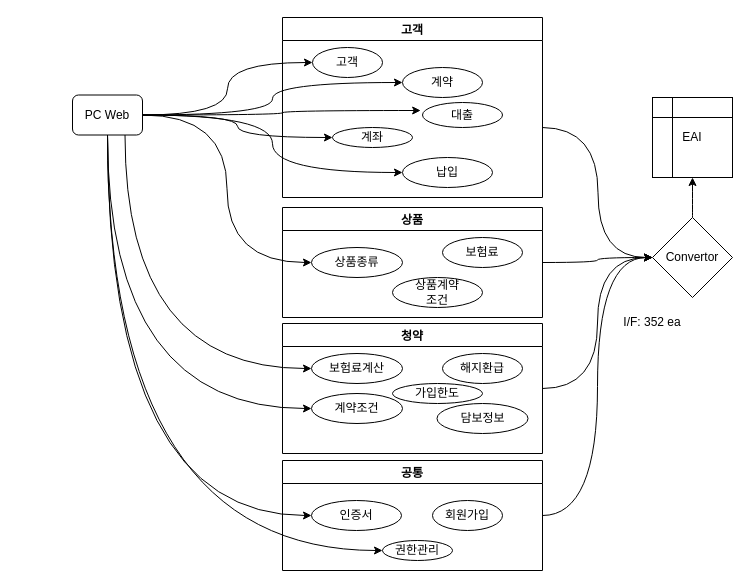
The draw.io diagram page "AS-IS 기준 도메인분류" (5 of 5) of LINA_AA.drawio in DEV-FRAMEWORK/SW-MODEL, before the edit. Source tidied: cells renumbered, new cells numbered last; positions are measured from the earlier drawing's top-left corner, leaving out a move shared by most shapes. Both pictures are drawn from the tidied source at 100%, with x=0, y=0 at pixel (72, 17).
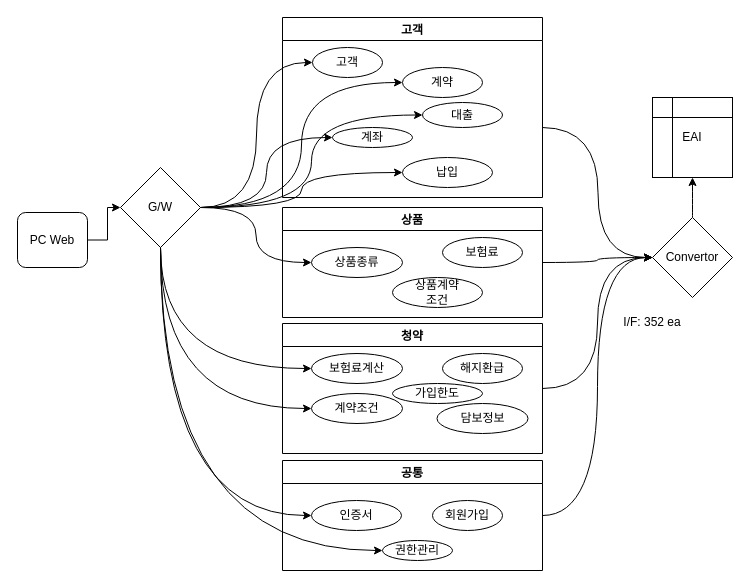
The same page after the edit.

Unchanged cells that the change refers to:
```xml
<mxCell id="11" value="계좌" style="ellipse;whiteSpace=wrap;html=1;" parent="10" vertex="1">
  <mxGeometry x="50" y="110" width="80" height="20" as="geometry" />
</mxCell>
<mxCell id="12" value="계약" style="ellipse;whiteSpace=wrap;html=1;" parent="10" vertex="1">
  <mxGeometry x="120" y="50" width="80" height="30" as="geometry" />
</mxCell>
<mxCell id="13" value="고객" style="ellipse;whiteSpace=wrap;html=1;" parent="10" vertex="1">
  <mxGeometry x="30" y="30" width="70" height="30" as="geometry" />
</mxCell>
<mxCell id="14" value="대출" style="ellipse;whiteSpace=wrap;html=1;" parent="10" vertex="1">
  <mxGeometry x="140" y="85" width="80" height="25" as="geometry" />
</mxCell>
<mxCell id="15" value="납입" style="ellipse;whiteSpace=wrap;html=1;" parent="10" vertex="1">
  <mxGeometry x="120" y="140" width="90" height="30" as="geometry" />
</mxCell>
<mxCell id="21" value="상품종류" style="ellipse;whiteSpace=wrap;html=1;" parent="19" vertex="1">
  <mxGeometry x="29" y="40" width="91" height="30" as="geometry" />
</mxCell>
<mxCell id="26" value="인증서" style="ellipse;whiteSpace=wrap;html=1;" parent="24" vertex="1">
  <mxGeometry x="29" y="40" width="90" height="30" as="geometry" />
</mxCell>
<mxCell id="27" value="권한관리" style="ellipse;whiteSpace=wrap;html=1;" parent="24" vertex="1">
  <mxGeometry x="100" y="80" width="70" height="20" as="geometry" />
</mxCell>
<mxCell id="35" value="보험료계산" style="ellipse;whiteSpace=wrap;html=1;" parent="33" vertex="1">
  <mxGeometry x="29" y="30" width="91" height="30" as="geometry" />
</mxCell>
<mxCell id="37" value="계약조건" style="ellipse;whiteSpace=wrap;html=1;" parent="33" vertex="1">
  <mxGeometry x="29" y="70" width="91" height="30" as="geometry" />
</mxCell>
```

What changed in the source:
```diff
@@
-    <mxCell id="2" style="edgeStyle=orthogonalEdgeStyle;rounded=0;jettySize=auto;html=1;entryX=0;entryY=0.5;entryDx=0;entryDy=0;curved=1;" parent="1" edge="1" source="9" target="13">
+    <mxCell id="2" style="edgeStyle=orthogonalEdgeStyle;rounded=0;jettySize=auto;html=1;entryX=0;entryY=0.5;entryDx=0;entryDy=0;curved=1;" parent="1" edge="1" source="42" target="13">
       <mxGeometry relative="1" as="geometry" />
     </mxCell>
-    <mxCell id="3" style="edgeStyle=orthogonalEdgeStyle;curved=1;rounded=0;jettySize=auto;html=1;entryX=0;entryY=0.5;entryDx=0;entryDy=0;exitX=0.5;exitY=1;exitDx=0;exitDy=0;" parent="1" edge="1" source="9" target="26">
+    <mxCell id="3" style="edgeStyle=orthogonalEdgeStyle;curved=1;rounded=0;jettySize=auto;html=1;entryX=0;entryY=0.5;entryDx=0;entryDy=0;exitX=0.5;exitY=1;exitDx=0;exitDy=0;" parent="1" edge="1" source="42" target="26">
       <mxGeometry relative="1" as="geometry" />
     </mxCell>
-    <mxCell id="4" style="edgeStyle=orthogonalEdgeStyle;curved=1;rounded=0;jettySize=auto;html=1;entryX=0;entryY=0.5;entryDx=0;entryDy=0;" parent="1" edge="1" source="9" target="21">
+    <mxCell id="4" style="edgeStyle=orthogonalEdgeStyle;curved=1;rounded=0;jettySize=auto;html=1;entryX=0;entryY=0.5;entryDx=0;entryDy=0;" parent="1" edge="1" source="42" target="21">
       <mxGeometry relative="1" as="geometry" />
     </mxCell>
-    <mxCell id="5" style="edgeStyle=orthogonalEdgeStyle;curved=1;rounded=0;jettySize=auto;html=1;entryX=-0.023;entryY=0.32;entryDx=0;entryDy=0;entryPerimeter=0;" parent="1" edge="1" source="9" target="14">
+    <mxCell id="5" style="edgeStyle=orthogonalEdgeStyle;curved=1;rounded=0;jettySize=auto;html=1;entryX=0;entryY=0.5;entryDx=0;entryDy=0;" parent="1" edge="1" source="42" target="14">
       <mxGeometry relative="1" as="geometry" />
     </mxCell>
-    <mxCell id="6" style="edgeStyle=orthogonalEdgeStyle;curved=1;rounded=0;jettySize=auto;html=1;entryX=0;entryY=0.5;entryDx=0;entryDy=0;" parent="1" edge="1" source="9" target="15">
+    <mxCell id="6" style="edgeStyle=orthogonalEdgeStyle;curved=1;rounded=0;jettySize=auto;html=1;entryX=0;entryY=0.5;entryDx=0;entryDy=0;exitX=1;exitY=0.5;exitDx=0;exitDy=0;" parent="1" edge="1" source="42" target="15">
       <mxGeometry relative="1" as="geometry" />
     </mxCell>
-    <mxCell id="7" style="edgeStyle=orthogonalEdgeStyle;curved=1;rounded=0;jettySize=auto;html=1;entryX=0;entryY=0.5;entryDx=0;entryDy=0;exitX=0.5;exitY=1;exitDx=0;exitDy=0;" parent="1" edge="1" source="9" target="27">
+    <mxCell id="7" style="edgeStyle=orthogonalEdgeStyle;curved=1;rounded=0;jettySize=auto;html=1;entryX=0;entryY=0.5;entryDx=0;entryDy=0;exitX=0.5;exitY=1;exitDx=0;exitDy=0;" parent="1" edge="1" source="42" target="27">
       <mxGeometry relative="1" as="geometry" />
     </mxCell>
-    <mxCell id="8" style="edgeStyle=orthogonalEdgeStyle;curved=1;rounded=0;jettySize=auto;html=1;entryX=0;entryY=0.5;entryDx=0;entryDy=0;exitX=0.5;exitY=1;exitDx=0;exitDy=0;" parent="1" edge="1" source="9" target="37">
+    <mxCell id="8" style="edgeStyle=orthogonalEdgeStyle;curved=1;rounded=0;jettySize=auto;html=1;entryX=0;entryY=0.5;entryDx=0;entryDy=0;exitX=0.5;exitY=1;exitDx=0;exitDy=0;" parent="1" edge="1" source="42" target="37">
       <mxGeometry relative="1" as="geometry" />
     </mxCell>
+    <mxCell id="41" style="edgeStyle=orthogonalEdgeStyle;rounded=0;jettySize=auto;html=1;entryX=0;entryY=0.5;entryDx=0;entryDy=0;" parent="1" edge="1" source="9" target="42">
+      <mxGeometry relative="1" as="geometry" />
+    </mxCell>
     <mxCell id="9" value="PC Web" style="rounded=1;whiteSpace=wrap;html=1;" parent="1" vertex="1">
-      <mxGeometry y="77.5" width="70" height="40" as="geometry" />
+      <mxGeometry x="-55" y="195" width="70" height="55" as="geometry" />
     </mxCell>
@@
-    <mxCell id="16" style="edgeStyle=orthogonalEdgeStyle;rounded=0;jettySize=auto;html=1;entryX=0;entryY=0.5;entryDx=0;entryDy=0;curved=1;" parent="1" edge="1" source="9" target="11">
+    <mxCell id="16" style="edgeStyle=orthogonalEdgeStyle;rounded=0;jettySize=auto;html=1;entryX=0;entryY=0.5;entryDx=0;entryDy=0;curved=1;exitX=1;exitY=0.5;exitDx=0;exitDy=0;" parent="1" edge="1" source="42" target="11">
       <mxGeometry relative="1" as="geometry" />
     </mxCell>
-    <mxCell id="17" style="edgeStyle=orthogonalEdgeStyle;rounded=0;jettySize=auto;html=1;entryX=0;entryY=0.5;entryDx=0;entryDy=0;curved=1;exitX=1;exitY=0.5;exitDx=0;exitDy=0;" parent="1" edge="1" source="9" target="12">
+    <mxCell id="17" style="edgeStyle=orthogonalEdgeStyle;rounded=0;jettySize=auto;html=1;entryX=0;entryY=0.5;entryDx=0;entryDy=0;curved=1;exitX=1;exitY=0.5;exitDx=0;exitDy=0;" parent="1" edge="1" source="42" target="12">
       <mxGeometry relative="1" as="geometry" />
     </mxCell>
@@
-    <mxCell id="39" style="edgeStyle=orthogonalEdgeStyle;curved=1;rounded=0;jettySize=auto;html=1;exitX=0.75;exitY=1;exitDx=0;exitDy=0;entryX=0;entryY=0.5;entryDx=0;entryDy=0;" parent="1" edge="1" source="9" target="35">
+    <mxCell id="39" style="edgeStyle=orthogonalEdgeStyle;curved=1;rounded=0;jettySize=auto;html=1;exitX=0.5;exitY=1;exitDx=0;exitDy=0;entryX=0;entryY=0.5;entryDx=0;entryDy=0;" parent="1" edge="1" source="42" target="35">
       <mxGeometry relative="1" as="geometry" />
     </mxCell>
@@
+    <mxCell id="42" value="G/W" style="rhombus;whiteSpace=wrap;html=1;" parent="1" vertex="1">
+      <mxGeometry x="48" y="150" width="80" height="80" as="geometry" />
+    </mxCell>
```
